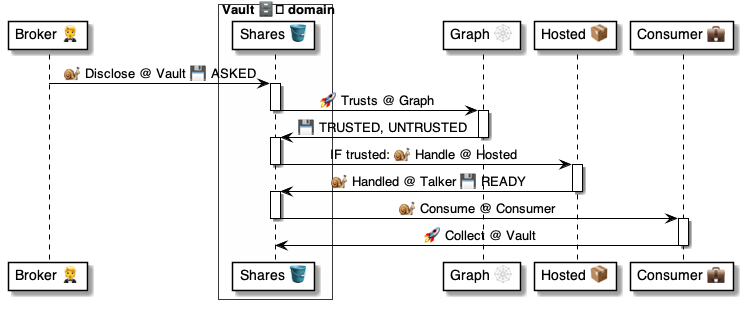
Earlier version of the PlantUML export 4 ⚙️ Solution/41 🎭 Domain Roles/Vaults 🗄️/🗄️🪣 Vault tables/Shares 💼 table/🪣 Shares/🗄️ Vault.Shares ⚙️ uml.png (pollyweb-org/pollyweb-docs). Its source is kept beside it as 4 ⚙️ Solution/41 🎭 Domain Roles/Vaults 🗄️/🗄️🪣 Vault tables/Shares 💼 table/🪣 Shares/🗄️ Vault.Shares ⚙️ uml.puml.
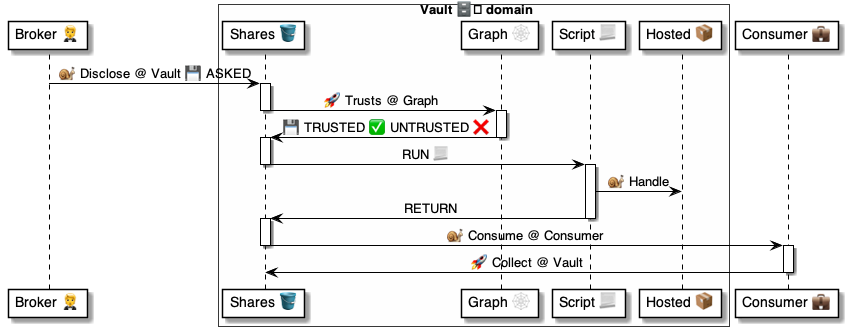
After the change.

Diff of the diagram source:
```diff
@@ -4,9 +4,10 @@
 
 box Vault 🗄️ domain #FFFFFA
     participant "Shares 🪣" as table
+    participant "Graph 🕸" as graph
+    participant "Script 📃" as handler
+    participant "Hosted 📦" as hosted
 end box
-participant "Graph 🕸" as graph
-participant "Hosted 📦" as hosted
 participant "Consumer 💼" as consumer
 
 
@@ -17,16 +18,18 @@
 deactivate table
 
 activate graph
-    graph -> table: 💾 TRUSTED, UNTRUSTED
+    graph -> table: 💾 TRUSTED ✅ UNTRUSTED ❌
 deactivate graph
 
 activate table
-    table -> hosted: IF trusted: 🐌 Handle @ Hosted
+    table -> handler: RUN 📃
 deactivate table
 
-activate hosted
-    hosted -> table: 🐌 Handled @ Talker 💾 READY
-deactivate hosted
+activate handler
+    handler -> hosted: 🐌 Handle
+    handler -> table: RETURN
+deactivate handler
+
 
 activate table
     table -> consumer: 🐌 Consume @ Consumer
```
